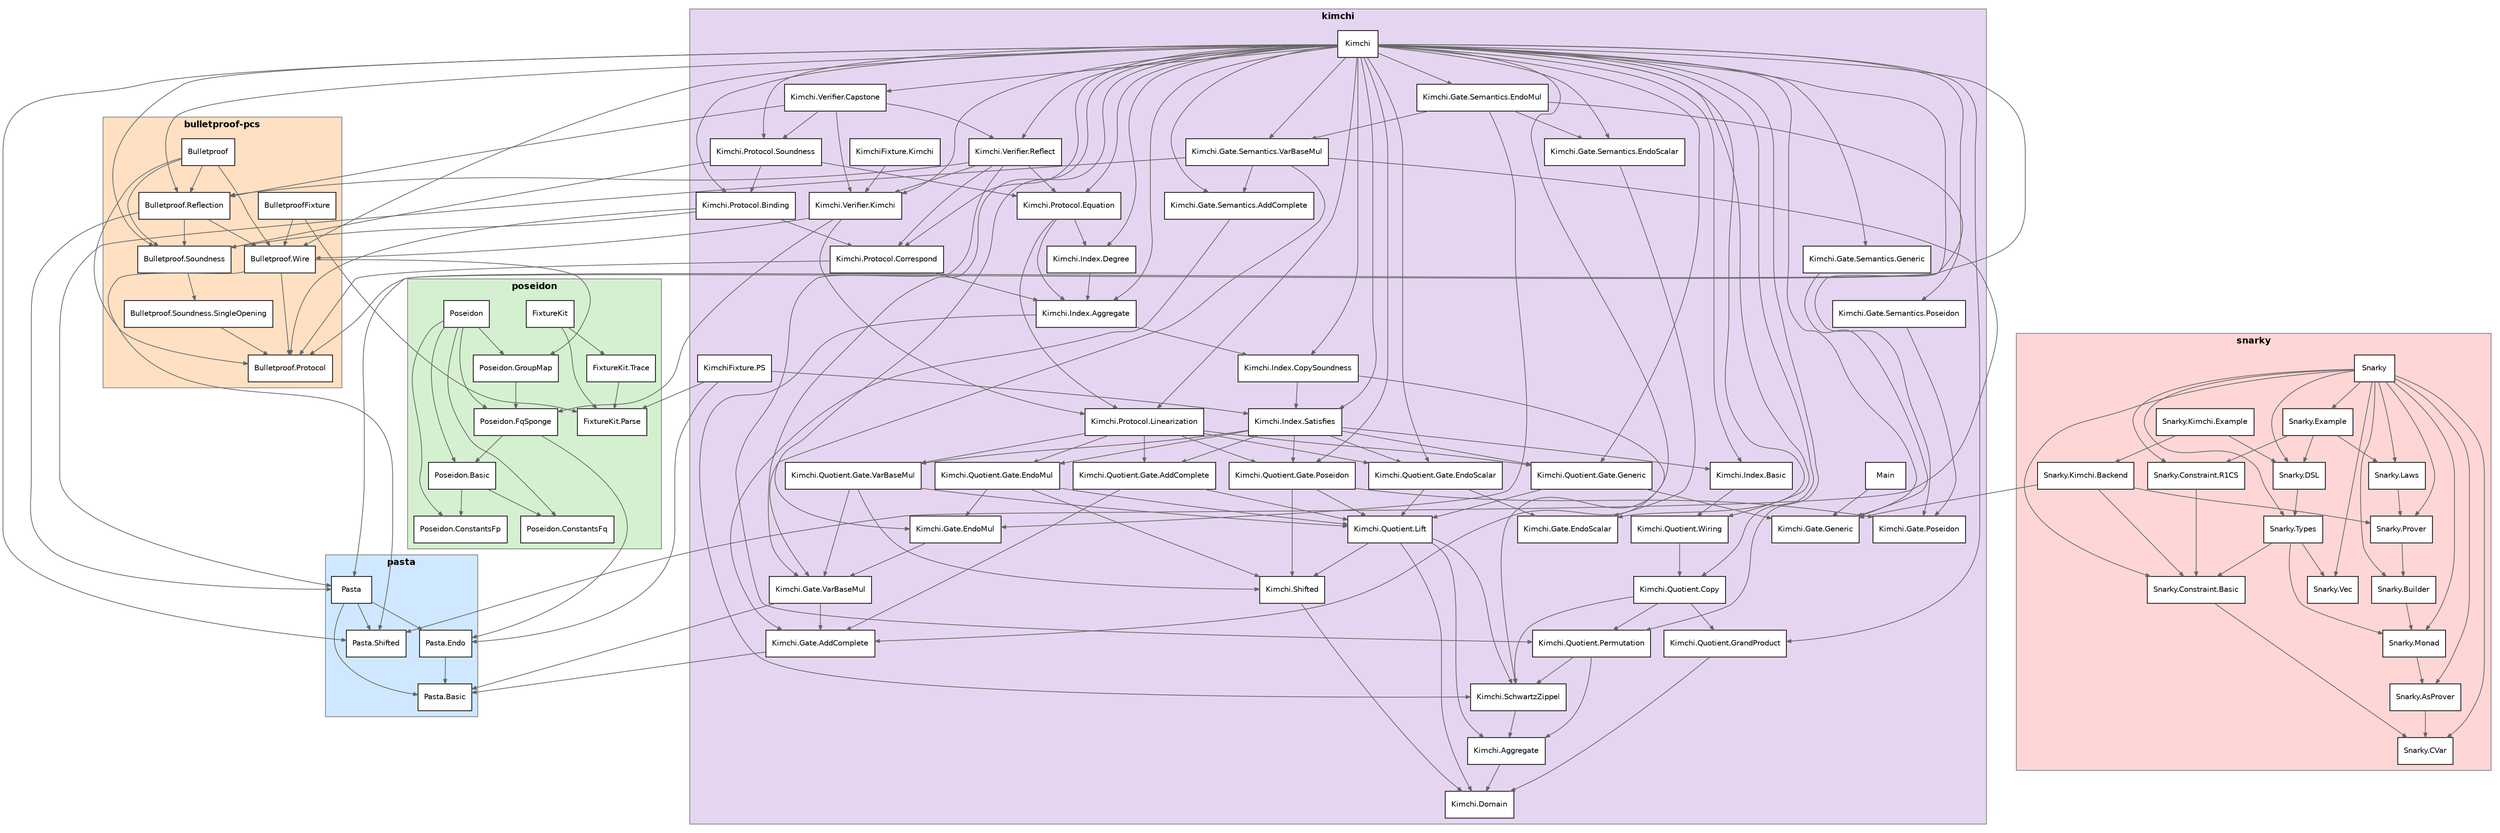
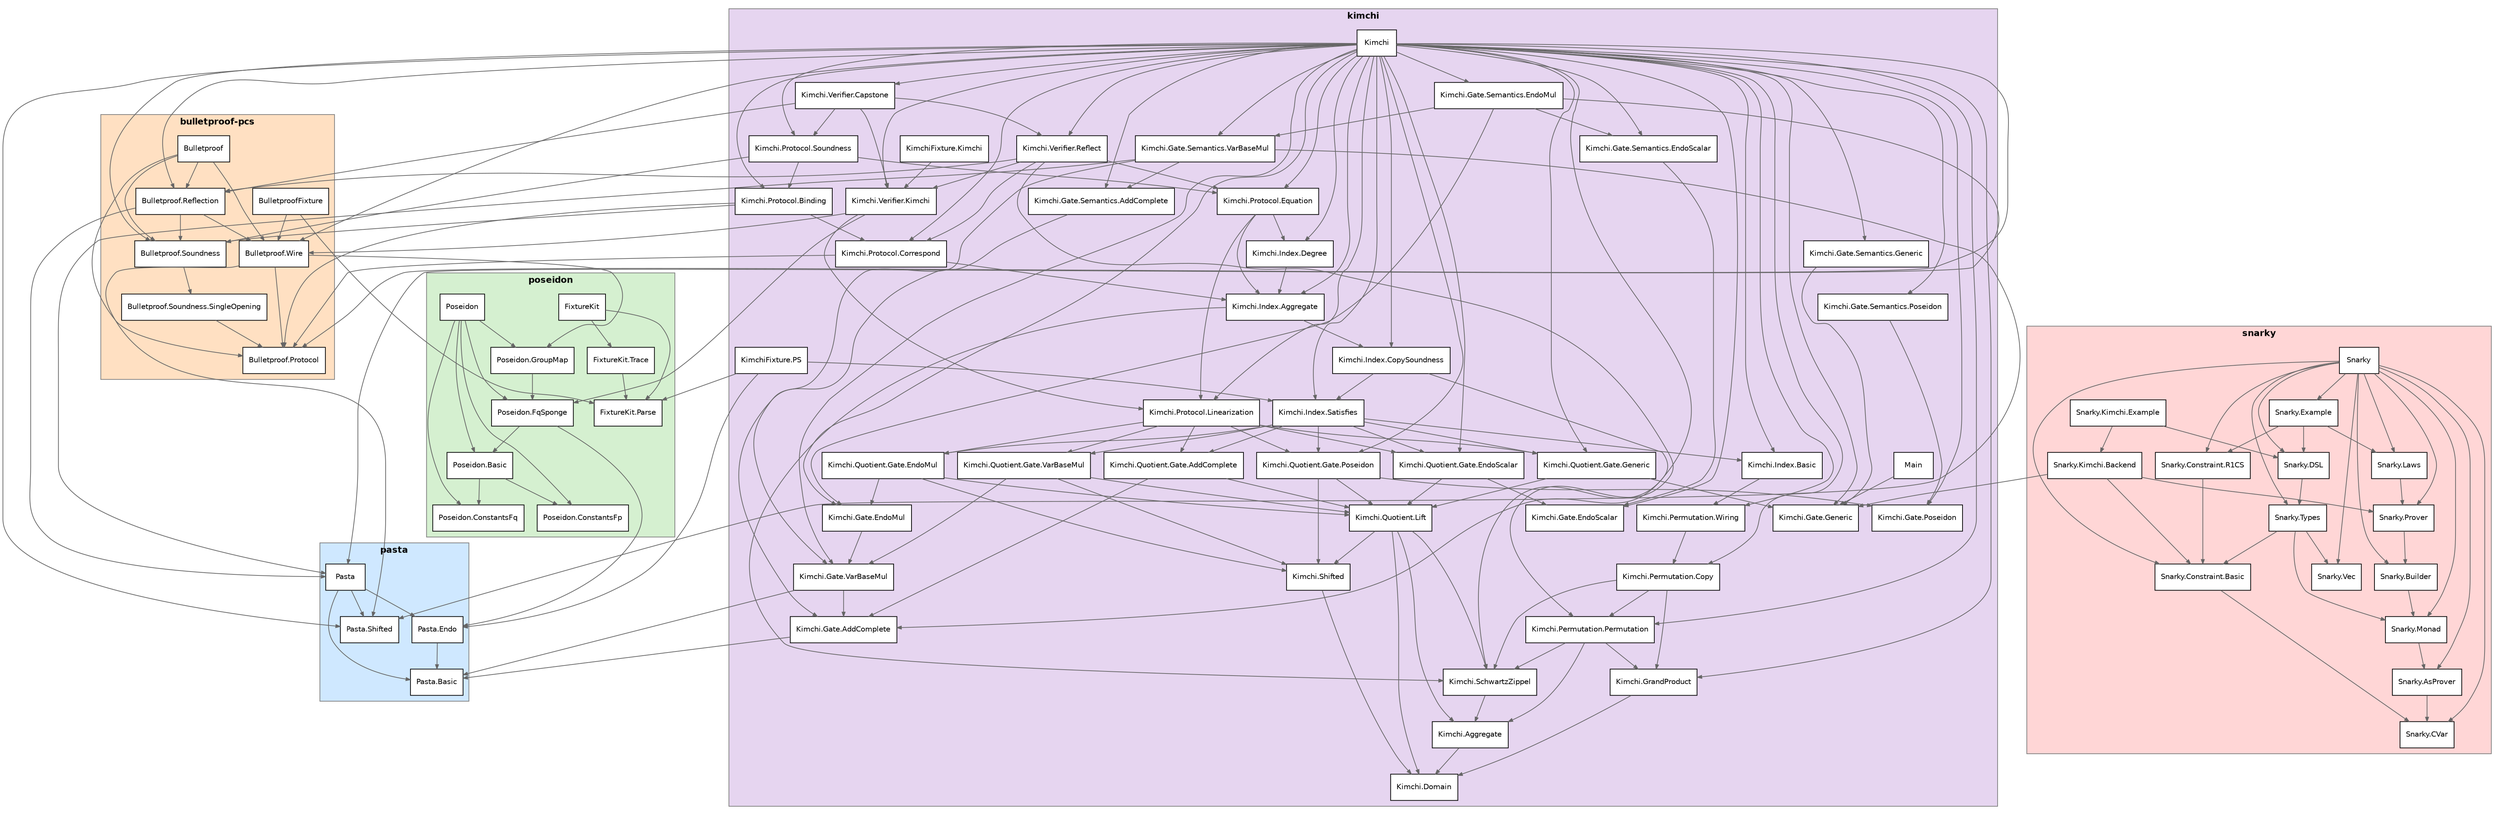
digraph "formal-modules" {
  rankdir=TB;
  node [shape=box, style=filled, fillcolor=white, fontsize=10, fontname="Helvetica"];
  edge [color=gray40, arrowsize=0.6];
  subgraph "cluster_pasta" {
    label="pasta"; style=filled; fillcolor="#cfe8ff";
    color=gray50; fontsize=12; fontname="Helvetica-Bold";
    "Pasta.Basic";
    "Pasta.Endo";
    "Pasta";
    "Pasta.Shifted";
  }
  subgraph "cluster_poseidon" {
    label="poseidon"; style=filled; fillcolor="#d5f0d0";
    color=gray50; fontsize=12; fontname="Helvetica-Bold";
    "FixtureKit";
    "FixtureKit.Parse";
    "FixtureKit.Trace";
    "Poseidon.Basic";
    "Poseidon.ConstantsFp";
    "Poseidon.ConstantsFq";
    "Poseidon.FqSponge";
    "Poseidon.GroupMap";
    "Poseidon";
  }
  subgraph "cluster_bulletproof-pcs" {
    label="bulletproof-pcs"; style=filled; fillcolor="#ffe0c2";
    color=gray50; fontsize=12; fontname="Helvetica-Bold";
    "BulletproofFixture";
    "Bulletproof";
    "Bulletproof.Protocol";
    "Bulletproof.Reflection";
    "Bulletproof.Soundness";
    "Bulletproof.Soundness.SingleOpening";
    "Bulletproof.Wire";
  }
  subgraph "cluster_kimchi" {
    label="kimchi"; style=filled; fillcolor="#e6d5f0";
    color=gray50; fontsize=12; fontname="Helvetica-Bold";
    "Kimchi.Aggregate";
    "Kimchi.Domain";
    "KimchiFixture.Kimchi";
    "KimchiFixture.PS";
    "Kimchi.Gate.AddComplete";
    "Kimchi.Gate.EndoMul";
    "Kimchi.Gate.EndoScalar";
    "Kimchi.Gate.Generic";
    "Kimchi.Gate.Poseidon";
    "Kimchi.Gate.Semantics.AddComplete";
    "Kimchi.Gate.Semantics.EndoMul";
    "Kimchi.Gate.Semantics.EndoScalar";
    "Kimchi.Gate.Semantics.Generic";
    "Kimchi.Gate.Semantics.Poseidon";
    "Kimchi.Gate.Semantics.VarBaseMul";
    "Kimchi.Gate.VarBaseMul";
+     "Kimchi.GrandProduct";
    "Kimchi.Index.Aggregate";
    "Kimchi.Index.Basic";
    "Kimchi.Index.CopySoundness";
    "Kimchi.Index.Degree";
    "Kimchi.Index.Satisfies";
    "Kimchi";
+     "Kimchi.Permutation.Copy";
+     "Kimchi.Permutation.Permutation";
+     "Kimchi.Permutation.Wiring";
    "Kimchi.Protocol.Binding";
    "Kimchi.Protocol.Correspond";
    "Kimchi.Protocol.Equation";
    "Kimchi.Protocol.Linearization";
    "Kimchi.Protocol.Soundness";
-     "Kimchi.Quotient.Copy";
    "Kimchi.Quotient.Gate.AddComplete";
    "Kimchi.Quotient.Gate.EndoMul";
    "Kimchi.Quotient.Gate.EndoScalar";
    "Kimchi.Quotient.Gate.Generic";
    "Kimchi.Quotient.Gate.Poseidon";
    "Kimchi.Quotient.Gate.VarBaseMul";
-     "Kimchi.Quotient.GrandProduct";
    "Kimchi.Quotient.Lift";
-     "Kimchi.Quotient.Permutation";
-     "Kimchi.Quotient.Wiring";
    "Kimchi.SchwartzZippel";
    "Kimchi.Shifted";
    "Kimchi.Verifier.Capstone";
    "Kimchi.Verifier.Kimchi";
    "Kimchi.Verifier.Reflect";
    "Main";
  }
  subgraph "cluster_snarky" {
    label="snarky"; style=filled; fillcolor="#ffd6d6";
    color=gray50; fontsize=12; fontname="Helvetica-Bold";
    "Snarky.AsProver";
    "Snarky.Builder";
    "Snarky.Constraint.Basic";
    "Snarky.Constraint.R1CS";
    "Snarky.CVar";
    "Snarky.DSL";
    "Snarky.Example";
    "Snarky.Kimchi.Backend";
    "Snarky.Kimchi.Example";
    "Snarky.Laws";
    "Snarky";
    "Snarky.Monad";
    "Snarky.Prover";
    "Snarky.Types";
    "Snarky.Vec";
  }
  "Pasta.Endo" -> "Pasta.Basic";
  "Pasta" -> "Pasta.Basic";
  "Pasta" -> "Pasta.Endo";
  "Pasta" -> "Pasta.Shifted";
  "FixtureKit" -> "FixtureKit.Parse";
  "FixtureKit" -> "FixtureKit.Trace";
  "FixtureKit.Trace" -> "FixtureKit.Parse";
  "Poseidon.Basic" -> "Poseidon.ConstantsFq";
  "Poseidon.Basic" -> "Poseidon.ConstantsFp";
  "Poseidon.FqSponge" -> "Poseidon.Basic";
  "Poseidon.FqSponge" -> "Pasta.Endo";
  "Poseidon.GroupMap" -> "Poseidon.FqSponge";
  "Poseidon" -> "Poseidon.ConstantsFp";
  "Poseidon" -> "Poseidon.ConstantsFq";
  "Poseidon" -> "Poseidon.Basic";
  "Poseidon" -> "Poseidon.FqSponge";
  "Poseidon" -> "Poseidon.GroupMap";
  "BulletproofFixture" -> "Bulletproof.Wire";
  "BulletproofFixture" -> "FixtureKit.Parse";
  "Bulletproof" -> "Bulletproof.Protocol";
  "Bulletproof" -> "Bulletproof.Wire";
  "Bulletproof" -> "Bulletproof.Soundness";
  "Bulletproof" -> "Bulletproof.Reflection";
  "Bulletproof.Reflection" -> "Bulletproof.Wire";
  "Bulletproof.Reflection" -> "Bulletproof.Soundness";
  "Bulletproof.Reflection" -> "Pasta";
  "Bulletproof.Soundness" -> "Bulletproof.Soundness.SingleOpening";
  "Bulletproof.Soundness.SingleOpening" -> "Bulletproof.Protocol";
  "Bulletproof.Wire" -> "Pasta.Shifted";
  "Bulletproof.Wire" -> "Poseidon.GroupMap";
  "Bulletproof.Wire" -> "Bulletproof.Protocol";
  "Kimchi.Aggregate" -> "Kimchi.Domain";
  "KimchiFixture.Kimchi" -> "Kimchi.Verifier.Kimchi";
  "KimchiFixture.PS" -> "Kimchi.Index.Satisfies";
  "KimchiFixture.PS" -> "FixtureKit.Parse";
  "KimchiFixture.PS" -> "Pasta.Endo";
  "Kimchi.Gate.AddComplete" -> "Pasta.Basic";
  "Kimchi.Gate.EndoMul" -> "Kimchi.Gate.VarBaseMul";
  "Kimchi.Gate.Semantics.AddComplete" -> "Kimchi.Gate.AddComplete";
  "Kimchi.Gate.Semantics.EndoMul" -> "Kimchi.Gate.EndoMul";
  "Kimchi.Gate.Semantics.EndoMul" -> "Kimchi.Gate.Semantics.VarBaseMul";
  "Kimchi.Gate.Semantics.EndoMul" -> "Kimchi.Gate.Semantics.EndoScalar";
  "Kimchi.Gate.Semantics.EndoMul" -> "Pasta";
  "Kimchi.Gate.Semantics.EndoScalar" -> "Kimchi.Gate.EndoScalar";
  "Kimchi.Gate.Semantics.Generic" -> "Kimchi.Gate.Generic";
  "Kimchi.Gate.Semantics.Poseidon" -> "Kimchi.Gate.Poseidon";
  "Kimchi.Gate.Semantics.VarBaseMul" -> "Kimchi.Gate.VarBaseMul";
  "Kimchi.Gate.Semantics.VarBaseMul" -> "Kimchi.Gate.Semantics.AddComplete";
  "Kimchi.Gate.Semantics.VarBaseMul" -> "Pasta";
  "Kimchi.Gate.Semantics.VarBaseMul" -> "Pasta.Shifted";
  "Kimchi.Gate.VarBaseMul" -> "Pasta.Basic";
  "Kimchi.Gate.VarBaseMul" -> "Kimchi.Gate.AddComplete";
+   "Kimchi.GrandProduct" -> "Kimchi.Domain";
  "Kimchi.Index.Aggregate" -> "Kimchi.Index.CopySoundness";
  "Kimchi.Index.Aggregate" -> "Kimchi.SchwartzZippel";
-   "Kimchi.Index.Basic" -> "Kimchi.Quotient.Wiring";
+   "Kimchi.Index.Basic" -> "Kimchi.Permutation.Wiring";
  "Kimchi.Index.CopySoundness" -> "Kimchi.Index.Satisfies";
  "Kimchi.Index.CopySoundness" -> "Kimchi.SchwartzZippel";
  "Kimchi.Index.Degree" -> "Kimchi.Index.Aggregate";
  "Kimchi.Index.Satisfies" -> "Kimchi.Index.Basic";
  "Kimchi.Index.Satisfies" -> "Kimchi.Quotient.Gate.Generic";
  "Kimchi.Index.Satisfies" -> "Kimchi.Quotient.Gate.Poseidon";
  "Kimchi.Index.Satisfies" -> "Kimchi.Quotient.Gate.AddComplete";
  "Kimchi.Index.Satisfies" -> "Kimchi.Quotient.Gate.VarBaseMul";
  "Kimchi.Index.Satisfies" -> "Kimchi.Quotient.Gate.EndoMul";
  "Kimchi.Index.Satisfies" -> "Kimchi.Quotient.Gate.EndoScalar";
  "Kimchi" -> "Pasta.Shifted";
  "Kimchi" -> "Kimchi.Gate.Generic";
  "Kimchi" -> "Kimchi.Gate.AddComplete";
  "Kimchi" -> "Kimchi.Gate.VarBaseMul";
  "Kimchi" -> "Kimchi.Gate.EndoScalar";
  "Kimchi" -> "Kimchi.Gate.EndoMul";
  "Kimchi" -> "Kimchi.Gate.Poseidon";
  "Kimchi" -> "Kimchi.Gate.Semantics.Generic";
  "Kimchi" -> "Kimchi.Gate.Semantics.AddComplete";
  "Kimchi" -> "Kimchi.Gate.Semantics.VarBaseMul";
  "Kimchi" -> "Kimchi.Gate.Semantics.EndoScalar";
  "Kimchi" -> "Kimchi.Gate.Semantics.EndoMul";
  "Kimchi" -> "Kimchi.Gate.Semantics.Poseidon";
  "Kimchi" -> "Bulletproof.Protocol";
  "Kimchi" -> "Bulletproof.Soundness";
  "Kimchi" -> "Kimchi.Quotient.Gate.Generic";
  "Kimchi" -> "Kimchi.Quotient.Gate.EndoScalar";
  "Kimchi" -> "Kimchi.Quotient.Gate.Poseidon";
-   "Kimchi" -> "Kimchi.Quotient.Copy";
+   "Kimchi" -> "Kimchi.Permutation.Copy";
  "Kimchi" -> "Kimchi.Index.Basic";
  "Kimchi" -> "Kimchi.Index.Satisfies";
  "Kimchi" -> "Kimchi.Index.Aggregate";
  "Kimchi" -> "Kimchi.Index.Degree";
  "Kimchi" -> "Kimchi.Index.CopySoundness";
-   "Kimchi" -> "Kimchi.Quotient.Wiring";
-   "Kimchi" -> "Kimchi.Quotient.Permutation";
-   "Kimchi" -> "Kimchi.Quotient.GrandProduct";
+   "Kimchi" -> "Kimchi.Permutation.Wiring";
+   "Kimchi" -> "Kimchi.Permutation.Permutation";
+   "Kimchi" -> "Kimchi.GrandProduct";
  "Kimchi" -> "Bulletproof.Wire";
  "Kimchi" -> "Kimchi.Protocol.Linearization";
  "Kimchi" -> "Kimchi.Protocol.Equation";
  "Kimchi" -> "Kimchi.Protocol.Correspond";
  "Kimchi" -> "Kimchi.Protocol.Binding";
  "Kimchi" -> "Kimchi.Protocol.Soundness";
  "Kimchi" -> "Bulletproof.Reflection";
  "Kimchi" -> "Kimchi.Verifier.Kimchi";
  "Kimchi" -> "Kimchi.Verifier.Reflect";
  "Kimchi" -> "Kimchi.Verifier.Capstone";
+   "Kimchi.Permutation.Copy" -> "Kimchi.GrandProduct";
+   "Kimchi.Permutation.Copy" -> "Kimchi.Permutation.Permutation";
+   "Kimchi.Permutation.Copy" -> "Kimchi.SchwartzZippel";
+   "Kimchi.Permutation.Permutation" -> "Kimchi.Aggregate";
+   "Kimchi.Permutation.Permutation" -> "Kimchi.SchwartzZippel";
+   "Kimchi.Permutation.Permutation" -> "Kimchi.GrandProduct";
+   "Kimchi.Permutation.Wiring" -> "Kimchi.Permutation.Copy";
  "Kimchi.Protocol.Binding" -> "Bulletproof.Protocol";
  "Kimchi.Protocol.Binding" -> "Bulletproof.Soundness";
  "Kimchi.Protocol.Binding" -> "Kimchi.Protocol.Correspond";
  "Kimchi.Protocol.Correspond" -> "Kimchi.Index.Aggregate";
  "Kimchi.Protocol.Correspond" -> "Bulletproof.Protocol";
  "Kimchi.Protocol.Equation" -> "Kimchi.Protocol.Linearization";
  "Kimchi.Protocol.Equation" -> "Kimchi.Index.Aggregate";
  "Kimchi.Protocol.Equation" -> "Kimchi.Index.Degree";
  "Kimchi.Protocol.Linearization" -> "Kimchi.Quotient.Gate.Generic";
  "Kimchi.Protocol.Linearization" -> "Kimchi.Quotient.Gate.Poseidon";
  "Kimchi.Protocol.Linearization" -> "Kimchi.Quotient.Gate.AddComplete";
  "Kimchi.Protocol.Linearization" -> "Kimchi.Quotient.Gate.VarBaseMul";
  "Kimchi.Protocol.Linearization" -> "Kimchi.Quotient.Gate.EndoMul";
  "Kimchi.Protocol.Linearization" -> "Kimchi.Quotient.Gate.EndoScalar";
  "Kimchi.Protocol.Soundness" -> "Bulletproof.Soundness";
  "Kimchi.Protocol.Soundness" -> "Kimchi.Protocol.Binding";
  "Kimchi.Protocol.Soundness" -> "Kimchi.Protocol.Equation";
-   "Kimchi.Quotient.Copy" -> "Kimchi.Quotient.GrandProduct";
-   "Kimchi.Quotient.Copy" -> "Kimchi.Quotient.Permutation";
-   "Kimchi.Quotient.Copy" -> "Kimchi.SchwartzZippel";
  "Kimchi.Quotient.Gate.AddComplete" -> "Kimchi.Quotient.Lift";
  "Kimchi.Quotient.Gate.AddComplete" -> "Kimchi.Gate.AddComplete";
  "Kimchi.Quotient.Gate.EndoMul" -> "Kimchi.Quotient.Lift";
  "Kimchi.Quotient.Gate.EndoMul" -> "Kimchi.Shifted";
  "Kimchi.Quotient.Gate.EndoMul" -> "Kimchi.Gate.EndoMul";
  "Kimchi.Quotient.Gate.EndoScalar" -> "Kimchi.Quotient.Lift";
  "Kimchi.Quotient.Gate.EndoScalar" -> "Kimchi.Gate.EndoScalar";
  "Kimchi.Quotient.Gate.Generic" -> "Kimchi.Quotient.Lift";
  "Kimchi.Quotient.Gate.Generic" -> "Kimchi.Gate.Generic";
  "Kimchi.Quotient.Gate.Poseidon" -> "Kimchi.Quotient.Lift";
  "Kimchi.Quotient.Gate.Poseidon" -> "Kimchi.Shifted";
  "Kimchi.Quotient.Gate.Poseidon" -> "Kimchi.Gate.Poseidon";
  "Kimchi.Quotient.Gate.VarBaseMul" -> "Kimchi.Quotient.Lift";
  "Kimchi.Quotient.Gate.VarBaseMul" -> "Kimchi.Shifted";
  "Kimchi.Quotient.Gate.VarBaseMul" -> "Kimchi.Gate.VarBaseMul";
-   "Kimchi.Quotient.GrandProduct" -> "Kimchi.Domain";
  "Kimchi.Quotient.Lift" -> "Kimchi.Domain";
  "Kimchi.Quotient.Lift" -> "Kimchi.Shifted";
  "Kimchi.Quotient.Lift" -> "Kimchi.Aggregate";
  "Kimchi.Quotient.Lift" -> "Kimchi.SchwartzZippel";
-   "Kimchi.Quotient.Permutation" -> "Kimchi.Aggregate";
-   "Kimchi.Quotient.Permutation" -> "Kimchi.SchwartzZippel";
-   "Kimchi.Quotient.Wiring" -> "Kimchi.Quotient.Copy";
  "Kimchi.SchwartzZippel" -> "Kimchi.Aggregate";
  "Kimchi.Shifted" -> "Kimchi.Domain";
  "Kimchi.Verifier.Capstone" -> "Kimchi.Protocol.Soundness";
  "Kimchi.Verifier.Capstone" -> "Kimchi.Verifier.Kimchi";
  "Kimchi.Verifier.Capstone" -> "Bulletproof.Reflection";
  "Kimchi.Verifier.Capstone" -> "Kimchi.Verifier.Reflect";
  "Kimchi.Verifier.Kimchi" -> "Bulletproof.Wire";
  "Kimchi.Verifier.Kimchi" -> "Kimchi.Protocol.Linearization";
  "Kimchi.Verifier.Kimchi" -> "Poseidon.FqSponge";
  "Kimchi.Verifier.Reflect" -> "Kimchi.Verifier.Kimchi";
  "Kimchi.Verifier.Reflect" -> "Bulletproof.Reflection";
  "Kimchi.Verifier.Reflect" -> "Kimchi.Protocol.Correspond";
  "Kimchi.Verifier.Reflect" -> "Kimchi.Protocol.Equation";
-   "Kimchi.Verifier.Reflect" -> "Kimchi.Quotient.Permutation";
+   "Kimchi.Verifier.Reflect" -> "Kimchi.Permutation.Permutation";
  "Main" -> "Kimchi.Gate.Generic";
  "Snarky.AsProver" -> "Snarky.CVar";
  "Snarky.Builder" -> "Snarky.Monad";
  "Snarky.Constraint.Basic" -> "Snarky.CVar";
  "Snarky.Constraint.R1CS" -> "Snarky.Constraint.Basic";
  "Snarky.DSL" -> "Snarky.Types";
  "Snarky.Example" -> "Snarky.DSL";
  "Snarky.Example" -> "Snarky.Constraint.R1CS";
  "Snarky.Example" -> "Snarky.Laws";
  "Snarky.Kimchi.Backend" -> "Snarky.Constraint.Basic";
  "Snarky.Kimchi.Backend" -> "Snarky.Prover";
  "Snarky.Kimchi.Backend" -> "Kimchi.Gate.Generic";
  "Snarky.Kimchi.Example" -> "Snarky.Kimchi.Backend";
  "Snarky.Kimchi.Example" -> "Snarky.DSL";
  "Snarky.Laws" -> "Snarky.Prover";
  "Snarky" -> "Snarky.CVar";
  "Snarky" -> "Snarky.AsProver";
  "Snarky" -> "Snarky.Monad";
  "Snarky" -> "Snarky.Builder";
  "Snarky" -> "Snarky.Prover";
  "Snarky" -> "Snarky.Vec";
  "Snarky" -> "Snarky.Constraint.Basic";
  "Snarky" -> "Snarky.Constraint.R1CS";
  "Snarky" -> "Snarky.Types";
  "Snarky" -> "Snarky.DSL";
  "Snarky" -> "Snarky.Laws";
  "Snarky" -> "Snarky.Example";
  "Snarky.Monad" -> "Snarky.AsProver";
  "Snarky.Prover" -> "Snarky.Builder";
  "Snarky.Types" -> "Snarky.Monad";
  "Snarky.Types" -> "Snarky.Vec";
  "Snarky.Types" -> "Snarky.Constraint.Basic";
}
